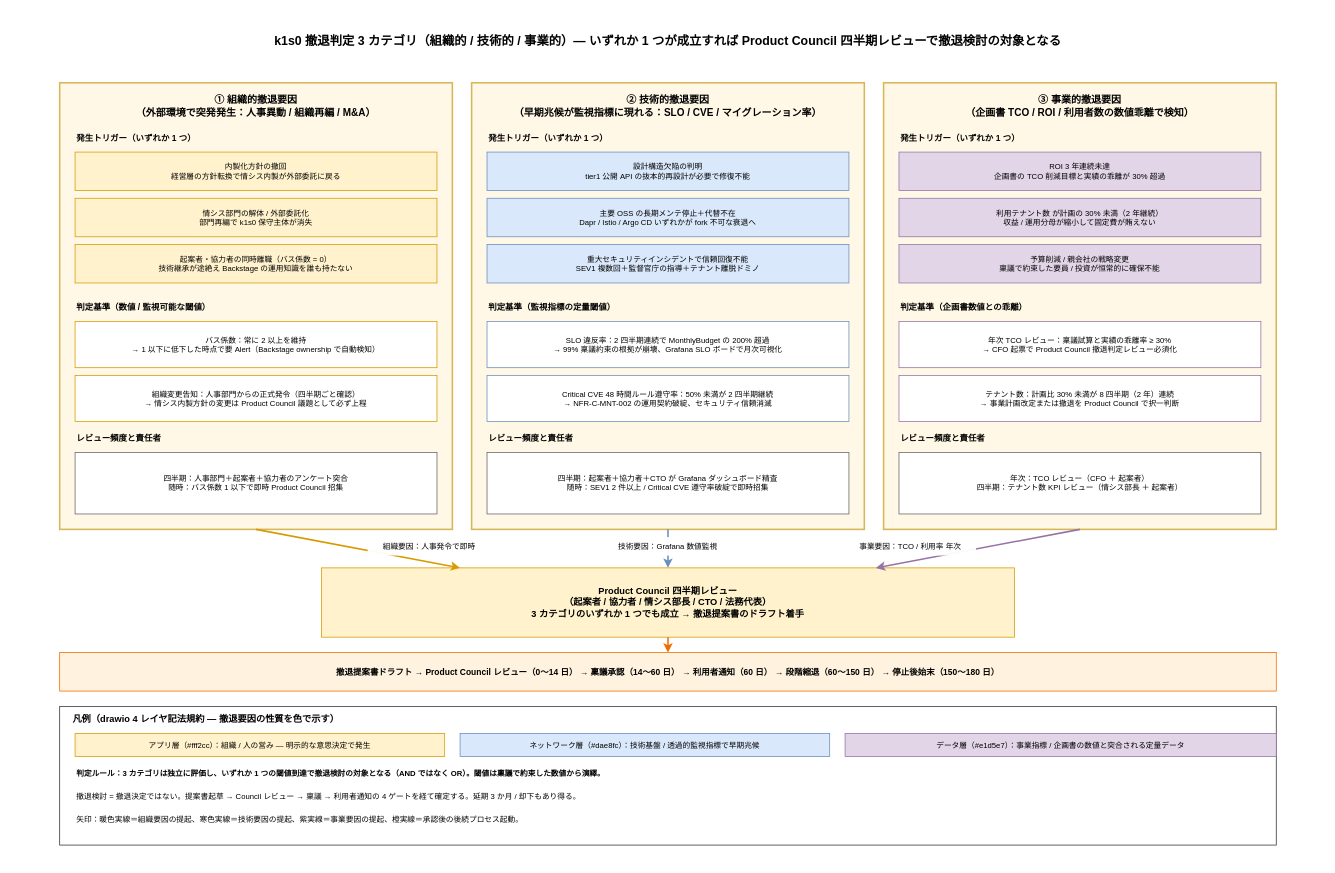
Above: docs/04_概要設計/55_運用ライフサイクル方式設計/img/05_撤退戦略方式/exit_decision_categories.drawio in RyuheiKiso/k1s0 (draw.io), before the change. Source tidied: cells renumbered, new cells numbered last; positions are measured from the earlier drawing's top-left corner, leaving out a move shared by most shapes. Both pictures are drawn from the tidied source at 77%, with x=0, y=0 at pixel (13, 13).
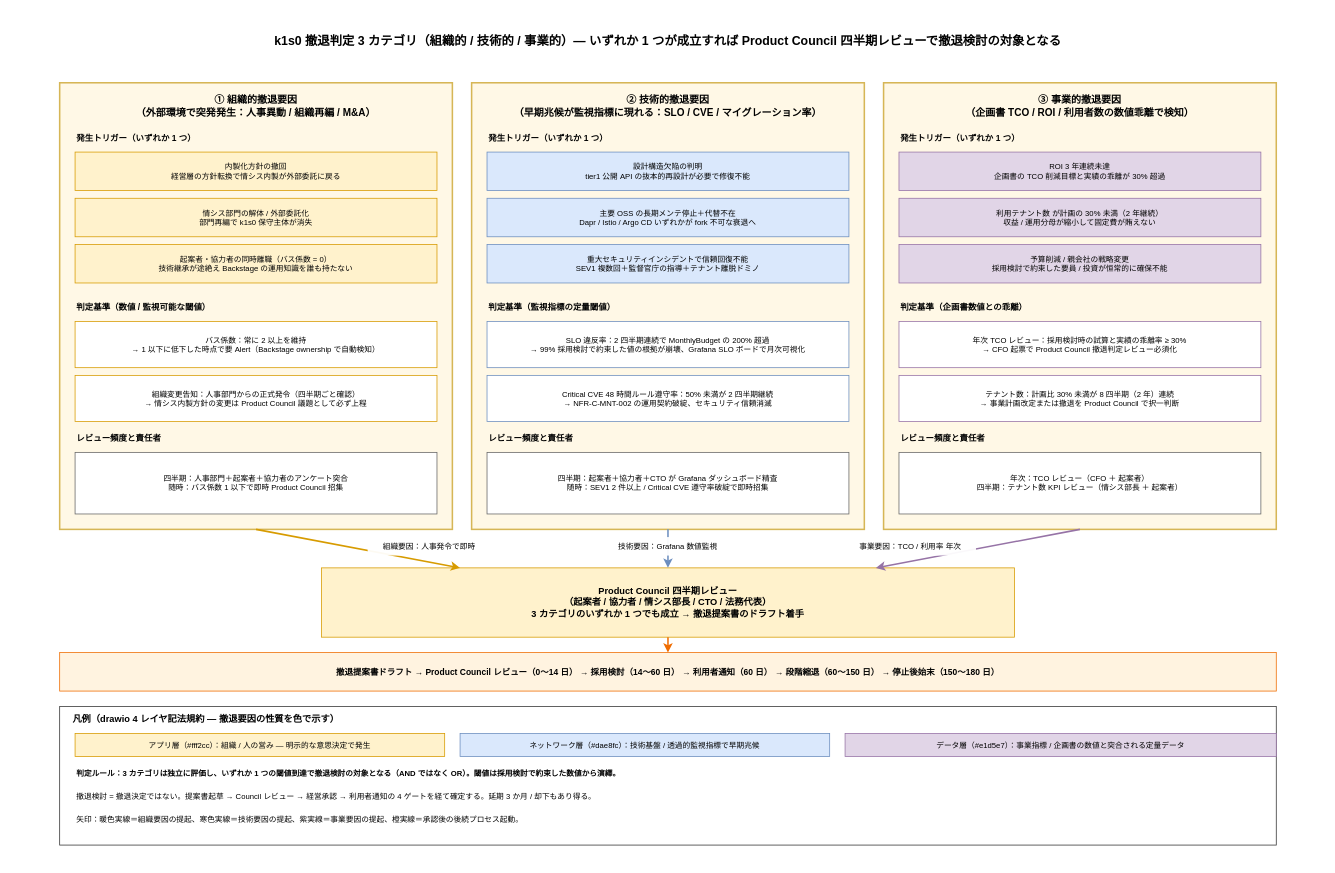
After the change.

The edit, as a diff of the source:
```diff
@@
-    <mxCell id="24" value="SLO 違反率：2 四半期連続で MonthlyBudget の 200% 超過&#10;→ 99% 稟議約束の根拠が崩壊、Grafana SLO ボードで月次可視化" style="rounded=0;whiteSpace=wrap;html=1;fillColor=#ffffff;strokeColor=#6c8ebf;fontSize=10;verticalAlign=middle;" parent="1" vertex="1">
+    <mxCell id="24" value="SLO 違反率：2 四半期連続で MonthlyBudget の 200% 超過&#10;→ 99% 採用検討で約束した値の根拠が崩壊、Grafana SLO ボードで月次可視化" style="rounded=0;whiteSpace=wrap;html=1;fillColor=#ffffff;strokeColor=#6c8ebf;fontSize=10;verticalAlign=middle;" parent="1" vertex="1">
       <mxGeometry x="615" y="400" width="470" height="60" as="geometry" />
     </mxCell>
@@
-    <mxCell id="31" value="予算削減 / 親会社の戦略変更&#10;稟議で約束した要員 / 投資が恒常的に確保不能" style="rounded=0;whiteSpace=wrap;html=1;fillColor=#e1d5e7;strokeColor=#9673a6;fontSize=10;verticalAlign=middle;" parent="1" vertex="1">
+    <mxCell id="31" value="予算削減 / 親会社の戦略変更&#10;採用検討で約束した要員 / 投資が恒常的に確保不能" style="rounded=0;whiteSpace=wrap;html=1;fillColor=#e1d5e7;strokeColor=#9673a6;fontSize=10;verticalAlign=middle;" parent="1" vertex="1">
       <mxGeometry x="1150" y="300" width="470" height="50" as="geometry" />
     </mxCell>
@@
-    <mxCell id="33" value="年次 TCO レビュー：稟議試算と実績の乖離率 ≥ 30%&#10;→ CFO 起票で Product Council 撤退判定レビュー必須化" style="rounded=0;whiteSpace=wrap;html=1;fillColor=#ffffff;strokeColor=#9673a6;fontSize=10;verticalAlign=middle;" parent="1" vertex="1">
+    <mxCell id="33" value="年次 TCO レビュー：採用検討時の試算と実績の乖離率 ≥ 30%&#10;→ CFO 起票で Product Council 撤退判定レビュー必須化" style="rounded=0;whiteSpace=wrap;html=1;fillColor=#ffffff;strokeColor=#9673a6;fontSize=10;verticalAlign=middle;" parent="1" vertex="1">
       <mxGeometry x="1150" y="400" width="470" height="60" as="geometry" />
     </mxCell>
@@
-    <mxCell id="44" value="撤退提案書ドラフト → Product Council レビュー（0〜14 日） → 稟議承認（14〜60 日） → 利用者通知（60 日） → 段階縮退（60〜150 日） → 停止後始末（150〜180 日）" style="rounded=0;whiteSpace=wrap;html=1;fillColor=#fff3e0;strokeColor=#ef6c00;fontSize=11;fontStyle=1;verticalAlign=middle;align=center;" parent="1" vertex="1">
+    <mxCell id="44" value="撤退提案書ドラフト → Product Council レビュー（0〜14 日） → 採用検討（14〜60 日） → 利用者通知（60 日） → 段階縮退（60〜150 日） → 停止後始末（150〜180 日）" style="rounded=0;whiteSpace=wrap;html=1;fillColor=#fff3e0;strokeColor=#ef6c00;fontSize=11;fontStyle=1;verticalAlign=middle;align=center;" parent="1" vertex="1">
       <mxGeometry x="60" y="830" width="1580" height="50" as="geometry" />
     </mxCell>
@@
-    <mxCell id="51" value="判定ルール：3 カテゴリは独立に評価し、いずれか 1 つの閾値到達で撤退検討の対象となる（AND ではなく OR）。閾値は稟議で約束した数値から演繹。" style="text;html=1;strokeColor=none;fillColor=none;align=left;verticalAlign=middle;whiteSpace=wrap;fontSize=10;fontStyle=1;" parent="1" vertex="1">
+    <mxCell id="51" value="判定ルール：3 カテゴリは独立に評価し、いずれか 1 つの閾値到達で撤退検討の対象となる（AND ではなく OR）。閾値は採用検討で約束した数値から演繹。" style="text;html=1;strokeColor=none;fillColor=none;align=left;verticalAlign=middle;whiteSpace=wrap;fontSize=10;fontStyle=1;" parent="1" vertex="1">
       <mxGeometry x="80" y="975" width="1540" height="24" as="geometry" />
     </mxCell>
-    <mxCell id="52" value="撤退検討 = 撤退決定ではない。提案書起草 → Council レビュー → 稟議 → 利用者通知の 4 ゲートを経て確定する。延期 3 か月 / 却下もあり得る。" style="text;html=1;strokeColor=none;fillColor=none;align=left;verticalAlign=middle;whiteSpace=wrap;fontSize=10;" parent="1" vertex="1">
+    <mxCell id="52" value="撤退検討 = 撤退決定ではない。提案書起草 → Council レビュー → 経営承認 → 利用者通知の 4 ゲートを経て確定する。延期 3 か月 / 却下もあり得る。" style="text;html=1;strokeColor=none;fillColor=none;align=left;verticalAlign=middle;whiteSpace=wrap;fontSize=10;" parent="1" vertex="1">
       <mxGeometry x="80" y="1005" width="1540" height="24" as="geometry" />
     </mxCell>
```
